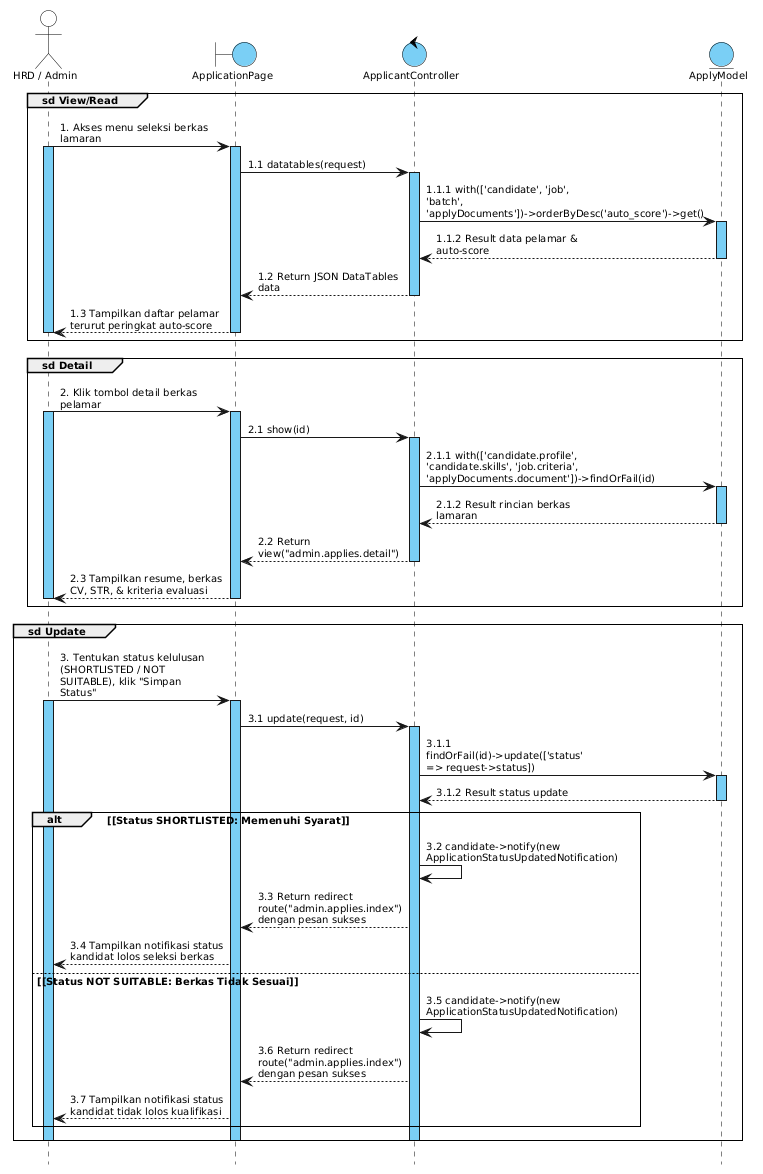
Above: public/assets/diagrams/VP/Sequence/UC-12_Meninjau_Lamaran_Sequence.png in Madtive-Studio/klinik_keluarga_career (PlantUML), before the change. Its diagram source:
```plantuml
@startuml
skinparam defaultFontName Arial
skinparam defaultFontSize 10
skinparam shadowing false
skinparam sequenceArrowThickness 1
skinparam sequenceParticipantBorderThickness 1
skinparam sequenceLifeLineBorderColor #000000
skinparam sequenceLifeLineBorderThickness 1
skinparam sequenceLifeLineBackgroundColor #7ACFF5
skinparam sequenceGroupBorderThickness 1
skinparam sequenceGroupFontSize 10
skinparam sequenceGroupHeaderFontColor #000000
skinparam sequenceGroupFontColor #000000
skinparam sequenceMessageAlign left
skinparam responseMessageBelowArrow true
skinparam maxMessageSize 160
skinparam pageMargin 10
hide footbox

skinparam participant {
  BackgroundColor #7ACFF5
  BorderColor #000000
  FontSize 10
}

skinparam actor {
  BackgroundColor #FFFFFF
  BorderColor #000000
  FontSize 10
}

skinparam boundary {
  BackgroundColor #7ACFF5
  BorderColor #000000
  FontSize 10
}

skinparam control {
  BackgroundColor #7ACFF5
  BorderColor #000000
  FontSize 10
}

skinparam entity {
  BackgroundColor #7ACFF5
  BorderColor #000000
  FontSize 10
}

actor "HRD / Admin" as HRD
boundary "ApplicationPage" as Page
control "ApplicantController" as Controller
entity "ApplyModel" as Model

group sd View/Read
  HRD -> Page : 1. Akses menu seleksi berkas lamaran
  activate HRD
  activate Page
  Page -> Controller : 1.1 datatables(request)
  activate Controller
  Controller -> Model : 1.1.1 with(['candidate', 'job', 'batch', 'applyDocuments'])->orderByDesc('auto_score')->get()
  activate Model
  Model --> Controller : 1.1.2 Result data pelamar & auto-score
  deactivate Model
  Controller --> Page : 1.2 Return JSON DataTables data
  deactivate Controller
  Page --> HRD : 1.3 Tampilkan daftar pelamar terurut peringkat auto-score
  deactivate Page
  deactivate HRD
end

group sd Detail
  HRD -> Page : 2. Klik tombol detail berkas pelamar
  activate HRD
  activate Page
  Page -> Controller : 2.1 show(id)
  activate Controller
  Controller -> Model : 2.1.1 with(['candidate.profile', 'candidate.skills', 'job.criteria', 'applyDocuments.document'])->findOrFail(id)
  activate Model
  Model --> Controller : 2.1.2 Result rincian berkas lamaran
  deactivate Model
  Controller --> Page : 2.2 Return view("admin.applies.detail")
  deactivate Controller
  Page --> HRD : 2.3 Tampilkan resume, berkas CV, STR, & kriteria evaluasi
  deactivate Page
  deactivate HRD
end

group sd Update
  HRD -> Page : 3. Tentukan status kelulusan (SHORTLISTED / NOT SUITABLE), klik "Simpan Status"
  activate HRD
  activate Page
  Page -> Controller : 3.1 update(request, id)
  activate Controller
  Controller -> Model : 3.1.1 findOrFail(id)->update(['status' => request->status])
  activate Model
  Model --> Controller : 3.1.2 Result status update
  deactivate Model

  alt <font color=black>[Status SHORTLISTED: Memenuhi Syarat]</font>
    Controller -> Controller : 3.2 candidate->notify(new ApplicationStatusUpdatedNotification)
    Controller --> Page : 3.3 Return redirect route("admin.applies.index") dengan pesan sukses
    Page --> HRD : 3.4 Tampilkan notifikasi status kandidat lolos seleksi berkas
  else <font color=black>[Status NOT SUITABLE: Berkas Tidak Sesuai]</font>
    Controller -> Controller : 3.5 candidate->notify(new ApplicationStatusUpdatedNotification)
    Controller --> Page : 3.6 Return redirect route("admin.applies.index") dengan pesan sukses
    Page --> HRD : 3.7 Tampilkan notifikasi status kandidat tidak lolos kualifikasi
  end
  deactivate Controller
  deactivate Page
  deactivate HRD
end
@enduml
```
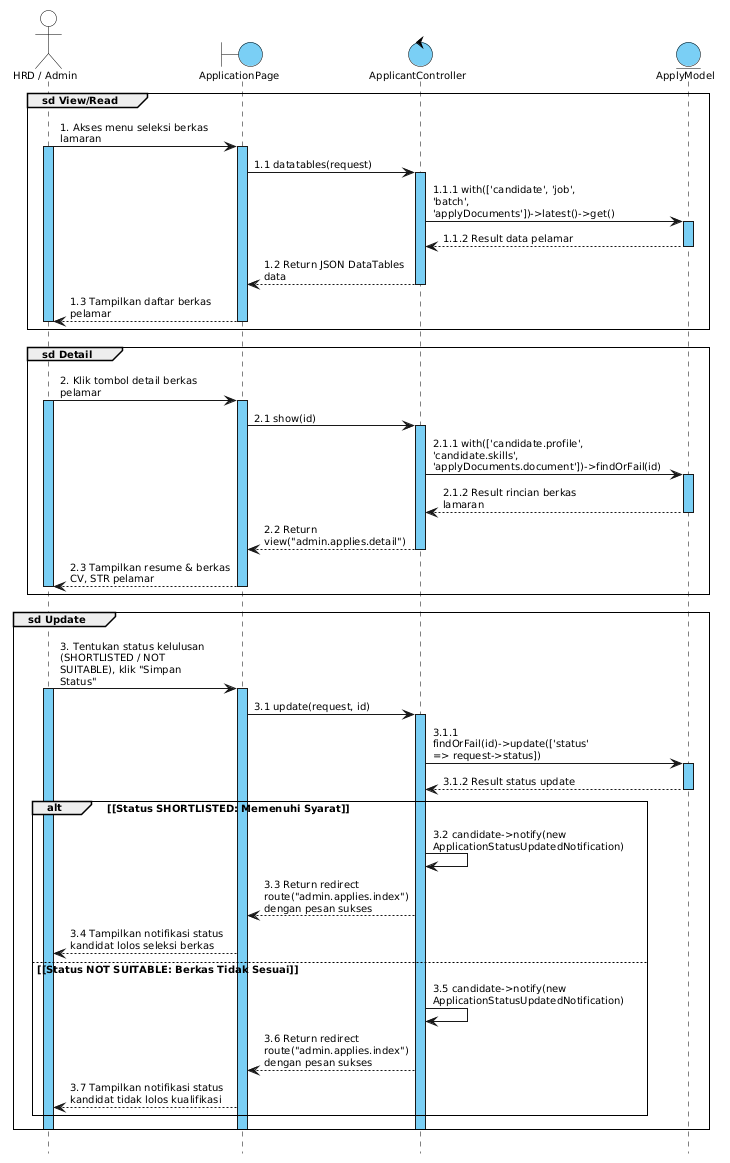
The same diagram one commit later.

The edit, as a diff of the source:
```diff
@@ -58,13 +58,13 @@
   activate Page
   Page -> Controller : 1.1 datatables(request)
   activate Controller
-  Controller -> Model : 1.1.1 with(['candidate', 'job', 'batch', 'applyDocuments'])->orderByDesc('auto_score')->get()
+  Controller -> Model : 1.1.1 with(['candidate', 'job', 'batch', 'applyDocuments'])->latest()->get()
   activate Model
-  Model --> Controller : 1.1.2 Result data pelamar & auto-score
+  Model --> Controller : 1.1.2 Result data pelamar
   deactivate Model
   Controller --> Page : 1.2 Return JSON DataTables data
   deactivate Controller
-  Page --> HRD : 1.3 Tampilkan daftar pelamar terurut peringkat auto-score
+  Page --> HRD : 1.3 Tampilkan daftar berkas pelamar
   deactivate Page
   deactivate HRD
 end
@@ -75,13 +75,13 @@
   activate Page
   Page -> Controller : 2.1 show(id)
   activate Controller
-  Controller -> Model : 2.1.1 with(['candidate.profile', 'candidate.skills', 'job.criteria', 'applyDocuments.document'])->findOrFail(id)
+  Controller -> Model : 2.1.1 with(['candidate.profile', 'candidate.skills', 'applyDocuments.document'])->findOrFail(id)
   activate Model
   Model --> Controller : 2.1.2 Result rincian berkas lamaran
   deactivate Model
   Controller --> Page : 2.2 Return view("admin.applies.detail")
   deactivate Controller
-  Page --> HRD : 2.3 Tampilkan resume, berkas CV, STR, & kriteria evaluasi
+  Page --> HRD : 2.3 Tampilkan resume & berkas CV, STR pelamar
   deactivate Page
   deactivate HRD
 end
```
